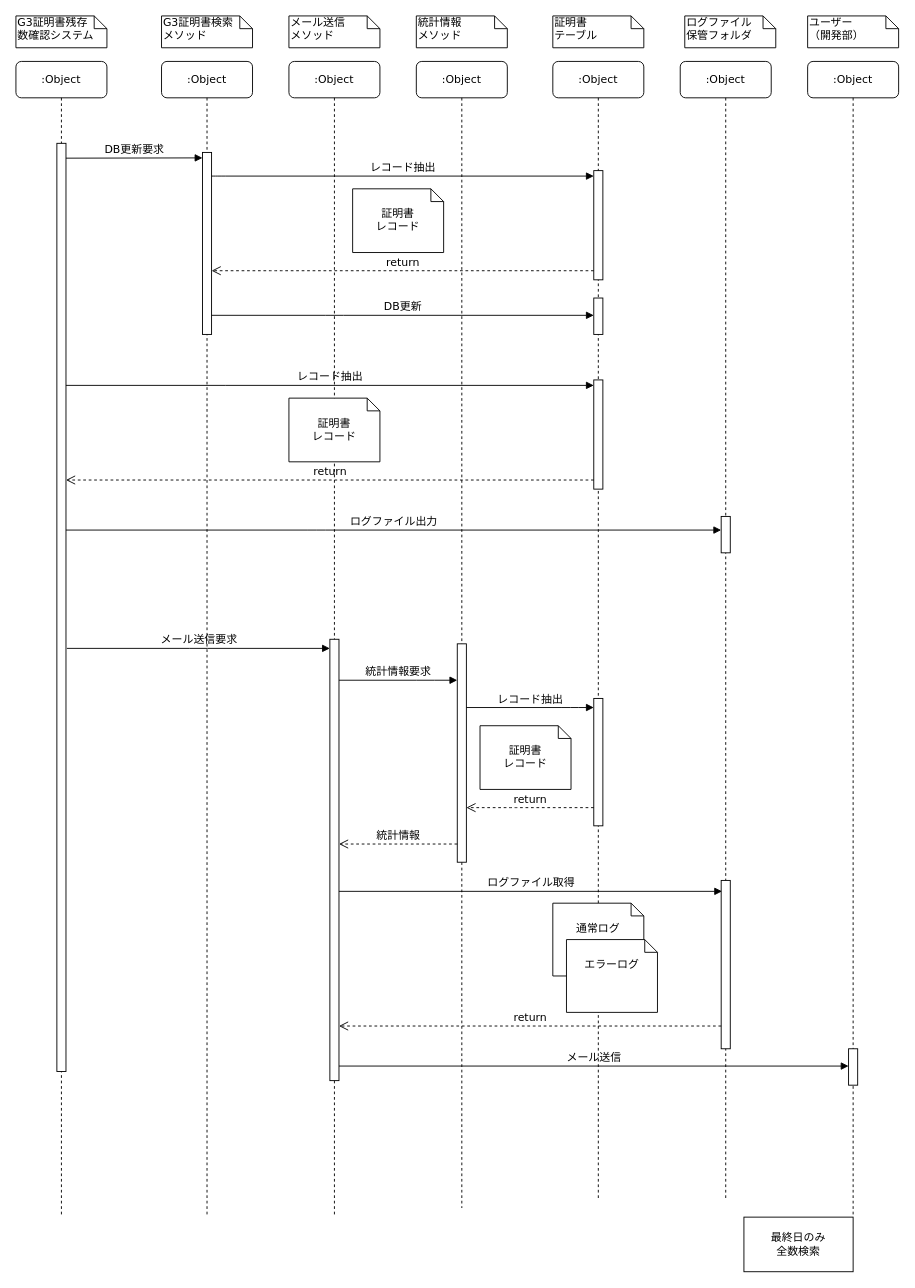
This is page "シーケンス図（定期実行）" (1 of 6) of UMLDiagram.drawio from r-asano/kaihatsubuKenshu, a draw.io file, before an edit. Source tidied: cells renumbered, new cells numbered last; positions are measured from the earlier drawing's top-left corner, leaving out a move shared by most shapes. Both pictures are drawn from the tidied source at 91%, with x=0, y=0 at pixel (15, 15).
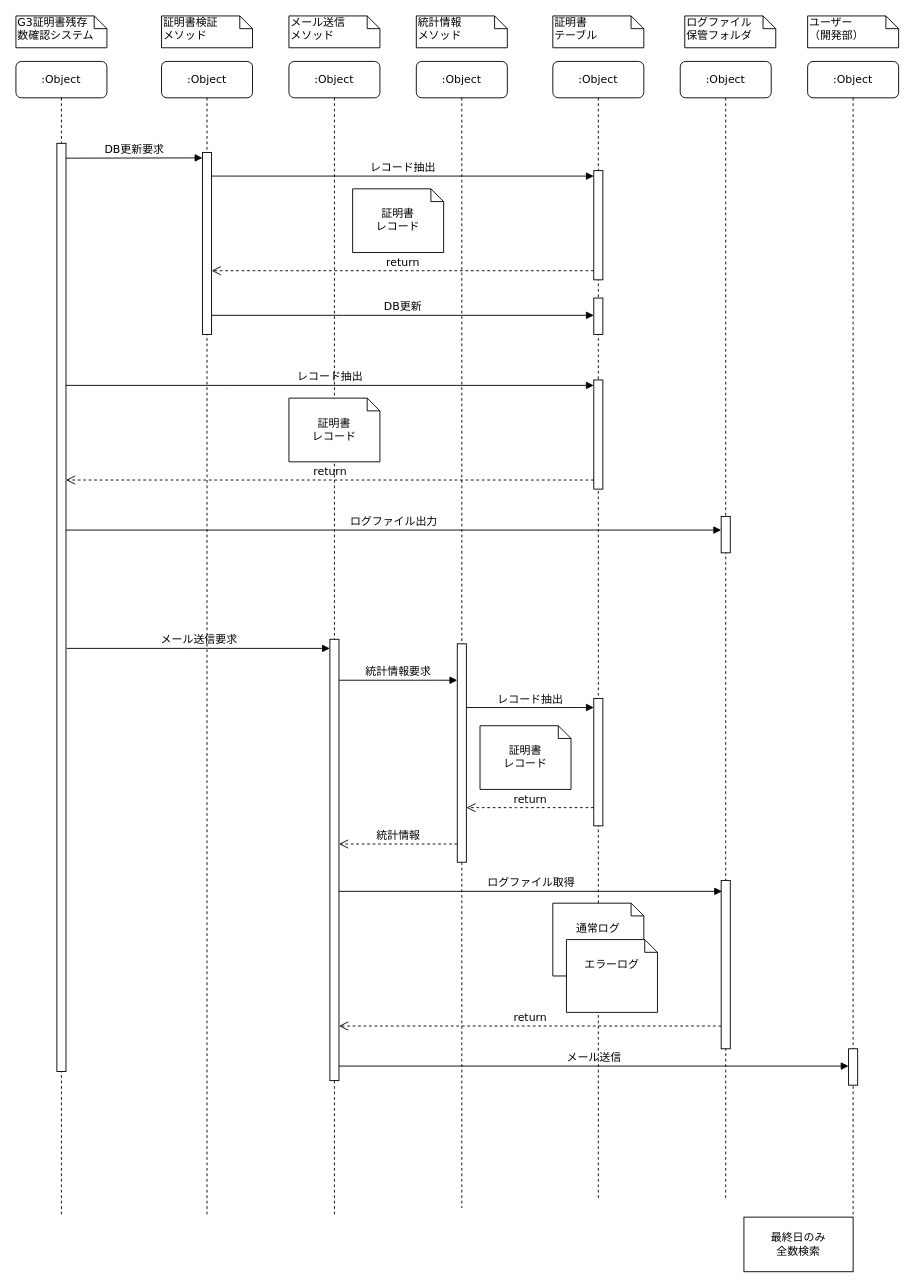
Above is the later version.

Commit message:
証明書検証メソッドに統合

What changed in the source:
```diff
@@
-    <mxCell id="21" value="G3証明書検索&lt;br&gt;メソッド" style="shape=note;whiteSpace=wrap;html=1;size=14;verticalAlign=top;align=left;spacingTop=-6;rounded=0;shadow=0;comic=0;labelBackgroundColor=none;strokeWidth=1;fontFamily=Verdana;fontSize=12;" parent="1" vertex="1">
+    <mxCell id="21" value="証明書検証&lt;br&gt;メソッド" style="shape=note;whiteSpace=wrap;html=1;size=14;verticalAlign=top;align=left;spacingTop=-6;rounded=0;shadow=0;comic=0;labelBackgroundColor=none;strokeWidth=1;fontFamily=Verdana;fontSize=12;" parent="1" vertex="1">
       <mxGeometry x="160" width="100" height="35" as="geometry" />
     </mxCell>
```
